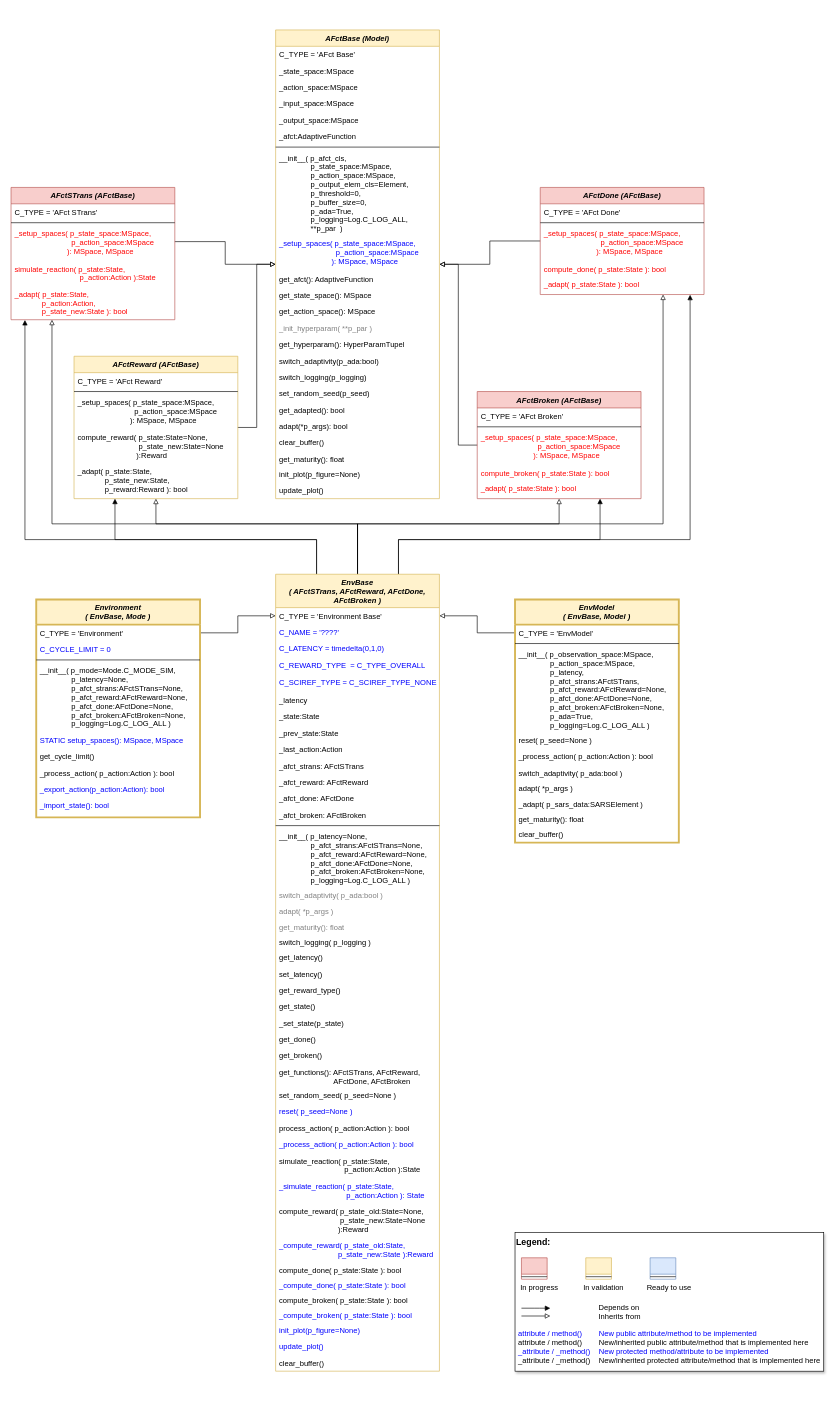
This is doc/rtd/content/append2/core/images/rl/02_environments/MLPro-RL-Env_class_diagram.drawio from fhswf/MLPro, a draw.io file, before an edit. Source tidied: cells renumbered, new cells numbered last; positions are measured from the earlier drawing's top-left corner, leaving out a move shared by most shapes. Both pictures are drawn from the tidied source at 63%, with x=0, y=0 at pixel (11, 30).
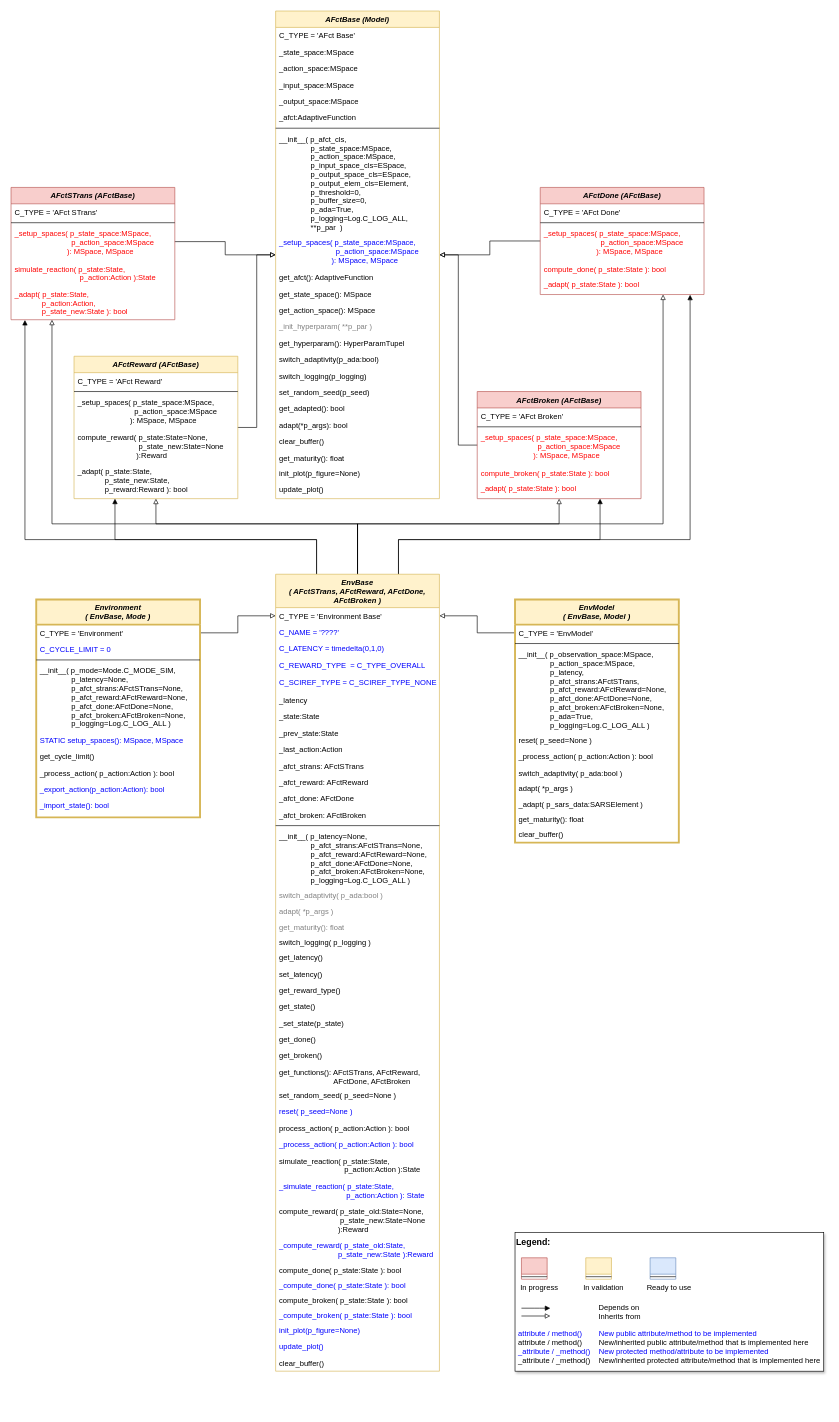
Above is the later version.

The edit, as a diff of the source:
```diff
@@
     <mxCell id="114" value="AFctBase (Model)" style="swimlane;fontStyle=3;align=center;verticalAlign=top;horizontal=1;startSize=26;rounded=0;shadow=0;strokeWidth=1;fillColor=#fff2cc;strokeColor=#d6b656;" parent="1" vertex="1">
-      <mxGeometry x="420" width="260" height="744" as="geometry" />
+      <mxGeometry x="420" y="-30" width="260" height="774" as="geometry" />
     </mxCell>
@@
-    <mxCell id="122" value="__init__( p_afct_cls,&#10;               p_state_space:MSpace,&#10;               p_action_space:MSpace,&#10;               p_output_elem_cls=Element,&#10;               p_threshold=0,&#10;               p_buffer_size=0,&#10;               p_ada=True, &#10;               p_logging=Log.C_LOG_ALL,&#10;               **p_par  )" style="text;align=left;verticalAlign=top;spacingLeft=4;spacingRight=4;overflow=hidden;" parent="114" vertex="1">
-      <mxGeometry y="190" width="260" height="136" as="geometry" />
+    <mxCell id="122" value="__init__( p_afct_cls,&#10;               p_state_space:MSpace,&#10;               p_action_space:MSpace,&#10;               p_input_space_cls=ESpace,&#10;               p_output_space_cls=ESpace,&#10;               p_output_elem_cls=Element,&#10;               p_threshold=0,&#10;               p_buffer_size=0,&#10;               p_ada=True, &#10;               p_logging=Log.C_LOG_ALL,&#10;               **p_par  )" style="text;align=left;verticalAlign=top;spacingLeft=4;spacingRight=4;overflow=hidden;" parent="114" vertex="1">
+      <mxGeometry y="190" width="260" height="164" as="geometry" />
     </mxCell>
     <mxCell id="123" value="_setup_spaces( p_state_space:MSpace,&#10;                           p_action_space:MSpace&#10;                         ): MSpace, MSpace" style="text;align=left;verticalAlign=top;spacingLeft=4;spacingRight=4;overflow=hidden;fontColor=#0000FF;" parent="114" vertex="1">
-      <mxGeometry y="326" width="260" height="56" as="geometry" />
+      <mxGeometry y="354" width="260" height="56" as="geometry" />
     </mxCell>
     <mxCell id="124" value="get_afct(): AdaptiveFunction" style="text;align=left;verticalAlign=top;spacingLeft=4;spacingRight=4;overflow=hidden;" parent="114" vertex="1">
-      <mxGeometry y="382" width="260" height="26" as="geometry" />
+      <mxGeometry y="410" width="260" height="26" as="geometry" />
     </mxCell>
     <mxCell id="125" value="get_state_space(): MSpace" style="text;align=left;verticalAlign=top;spacingLeft=4;spacingRight=4;overflow=hidden;" parent="114" vertex="1">
-      <mxGeometry y="408" width="260" height="26" as="geometry" />
+      <mxGeometry y="436" width="260" height="26" as="geometry" />
     </mxCell>
     <mxCell id="126" value="get_action_space(): MSpace" style="text;align=left;verticalAlign=top;spacingLeft=4;spacingRight=4;overflow=hidden;" parent="114" vertex="1">
-      <mxGeometry y="434" width="260" height="26" as="geometry" />
+      <mxGeometry y="462" width="260" height="26" as="geometry" />
     </mxCell>
     <mxCell id="127" value="_init_hyperparam( **p_par )" style="text;align=left;verticalAlign=top;spacingLeft=4;spacingRight=4;overflow=hidden;fontColor=#808080;" parent="114" vertex="1">
-      <mxGeometry y="460" width="260" height="26" as="geometry" />
+      <mxGeometry y="488" width="260" height="26" as="geometry" />
     </mxCell>
     <mxCell id="128" value="get_hyperparam(): HyperParamTupel" style="text;align=left;verticalAlign=top;spacingLeft=4;spacingRight=4;overflow=hidden;" parent="114" vertex="1">
-      <mxGeometry y="486" width="260" height="26" as="geometry" />
+      <mxGeometry y="514" width="260" height="26" as="geometry" />
     </mxCell>
     <mxCell id="129" value="switch_adaptivity(p_ada:bool)" style="text;align=left;verticalAlign=top;spacingLeft=4;spacingRight=4;overflow=hidden;" parent="114" vertex="1">
-      <mxGeometry y="512" width="260" height="26" as="geometry" />
+      <mxGeometry y="540" width="260" height="26" as="geometry" />
     </mxCell>
     <mxCell id="130" value="switch_logging(p_logging)" style="text;align=left;verticalAlign=top;spacingLeft=4;spacingRight=4;overflow=hidden;" parent="114" vertex="1">
-      <mxGeometry y="538" width="260" height="26" as="geometry" />
+      <mxGeometry y="566" width="260" height="26" as="geometry" />
     </mxCell>
     <mxCell id="131" value="set_random_seed(p_seed)" style="text;align=left;verticalAlign=top;spacingLeft=4;spacingRight=4;overflow=hidden;" parent="114" vertex="1">
-      <mxGeometry y="564" width="260" height="26" as="geometry" />
+      <mxGeometry y="592" width="260" height="26" as="geometry" />
     </mxCell>
     <mxCell id="132" value="get_adapted(): bool" style="text;align=left;verticalAlign=top;spacingLeft=4;spacingRight=4;overflow=hidden;" parent="114" vertex="1">
-      <mxGeometry y="590" width="260" height="26" as="geometry" />
+      <mxGeometry y="618" width="260" height="26" as="geometry" />
     </mxCell>
     <mxCell id="133" value="adapt(*p_args): bool" style="text;align=left;verticalAlign=top;spacingLeft=4;spacingRight=4;overflow=hidden;" parent="114" vertex="1">
-      <mxGeometry y="616" width="260" height="26" as="geometry" />
+      <mxGeometry y="644" width="260" height="26" as="geometry" />
     </mxCell>
     <mxCell id="134" value="clear_buffer()" style="text;align=left;verticalAlign=top;spacingLeft=4;spacingRight=4;overflow=hidden;" parent="114" vertex="1">
-      <mxGeometry y="642" width="260" height="26" as="geometry" />
+      <mxGeometry y="670" width="260" height="26" as="geometry" />
     </mxCell>
     <mxCell id="135" value="get_maturity(): float" style="text;align=left;verticalAlign=top;spacingLeft=4;spacingRight=4;overflow=hidden;" parent="114" vertex="1">
-      <mxGeometry y="668" width="260" height="24" as="geometry" />
+      <mxGeometry y="696" width="260" height="24" as="geometry" />
     </mxCell>
     <mxCell id="136" value="init_plot(p_figure=None)" style="text;align=left;verticalAlign=top;spacingLeft=4;spacingRight=4;overflow=hidden;" parent="114" vertex="1">
-      <mxGeometry y="692" width="260" height="26" as="geometry" />
+      <mxGeometry y="720" width="260" height="26" as="geometry" />
     </mxCell>
     <mxCell id="137" value="update_plot()" style="text;align=left;verticalAlign=top;spacingLeft=4;spacingRight=4;overflow=hidden;" parent="114" vertex="1">
-      <mxGeometry y="718" width="260" height="26" as="geometry" />
+      <mxGeometry y="746" width="260" height="26" as="geometry" />
     </mxCell>
```
